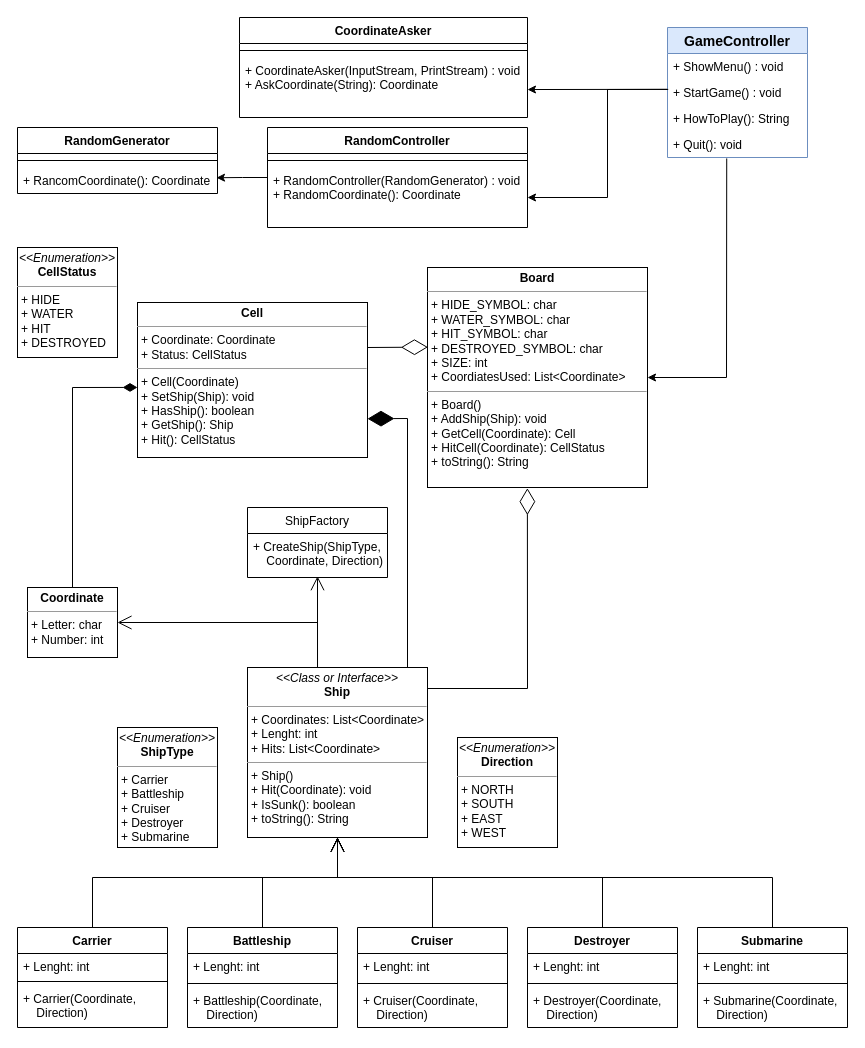
CesarSnake/Battleship keeps this draw.io diagram as UML.drawio. Above is the earlier version. Source tidied: cells renumbered, new cells numbered last; positions are measured from the earlier drawing's top-left corner, leaving out a move shared by most shapes. Both pictures are drawn from the tidied source at 100%, with x=0, y=0 at pixel (17, 17).
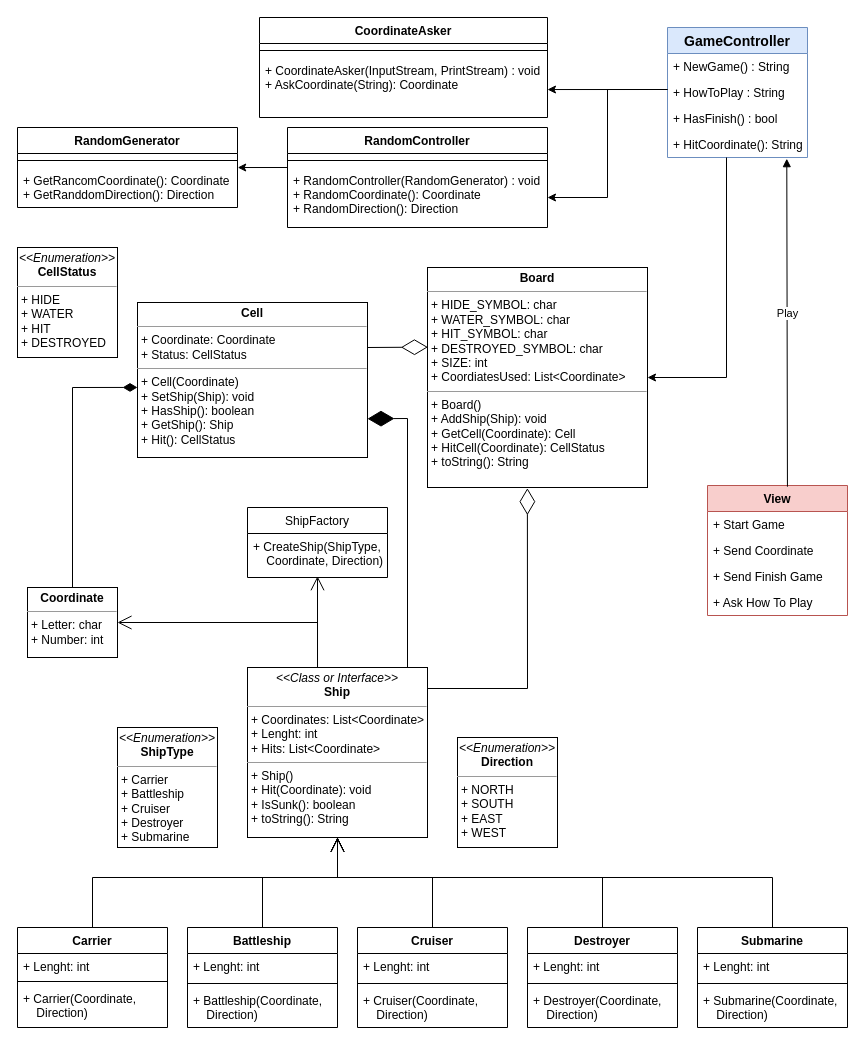
After the change.

The change refers to these unchanged cells:
```xml
<mxCell id="25" value="&lt;p style=&quot;margin: 0px ; margin-top: 4px ; text-align: center&quot;&gt;&lt;b&gt;Board&lt;/b&gt;&lt;/p&gt;&lt;hr size=&quot;1&quot;&gt;&lt;p style=&quot;margin: 0px 0px 0px 4px&quot;&gt;+ HIDE_SYMBOL: char&lt;/p&gt;&lt;p style=&quot;margin: 0px ; margin-left: 4px&quot;&gt;+ WATER_SYMBOL: char&lt;br&gt;&lt;/p&gt;&lt;p style=&quot;margin: 0px ; margin-left: 4px&quot;&gt;&lt;span&gt;+ HIT_SYMBOL: char&lt;/span&gt;&lt;br&gt;&lt;/p&gt;&lt;p style=&quot;margin: 0px ; margin-left: 4px&quot;&gt;+ DESTROYED_SYMBOL: char&lt;br&gt;+ SIZE: int&lt;br&gt;+ CoordiatesUsed: List&amp;lt;Coordinate&amp;gt;&lt;/p&gt;&lt;hr size=&quot;1&quot;&gt;&lt;p style=&quot;margin: 0px ; margin-left: 4px&quot;&gt;+ Board()&lt;/p&gt;&lt;p style=&quot;margin: 0px ; margin-left: 4px&quot;&gt;+ AddShip(Ship): void&lt;/p&gt;&lt;p style=&quot;margin: 0px ; margin-left: 4px&quot;&gt;+ GetCell(Coordinate): Cell&lt;br&gt;&lt;/p&gt;&lt;p style=&quot;margin: 0px ; margin-left: 4px&quot;&gt;+ HitCell(Coordinate): CellStatus&lt;/p&gt;&lt;p style=&quot;margin: 0px ; margin-left: 4px&quot;&gt;+ toString(): String&lt;/p&gt;&lt;p style=&quot;margin: 0px ; margin-left: 4px&quot;&gt;&lt;br&gt;&lt;/p&gt;" style="verticalAlign=top;align=left;overflow=fill;fontSize=12;fontFamily=Helvetica;html=1;" parent="1" vertex="1">
  <mxGeometry x="410" y="250" width="220" height="220" as="geometry" />
</mxCell>
<mxCell id="49" value="GameController" style="swimlane;fontStyle=1;horizontal=1;startSize=26;fillColor=#dae8fc;strokeColor=#6c8ebf;fontSize=14;" parent="1" vertex="1">
  <mxGeometry x="650" y="10" width="140" height="130" as="geometry" />
</mxCell>
<mxCell id="56" value="+ CoordinateAsker(InputStream, PrintStream) : void&#10;+ AskCoordinate(String): Coordinate&#10;" style="text;strokeColor=none;fillColor=none;align=left;verticalAlign=top;spacingLeft=4;spacingRight=4;overflow=hidden;points=[[0,0.5],[1,0.5]];portConstraint=eastwest;" parent="54" vertex="1">
  <mxGeometry y="40" width="288" height="60" as="geometry" />
</mxCell>
```

The edit, as a diff of the source:
```diff
@@
-    <mxCell id="42" style="edgeStyle=orthogonalEdgeStyle;rounded=0;jettySize=auto;html=1;entryX=0.995;entryY=0.394;entryDx=0;entryDy=0;entryPerimeter=0;" parent="1" edge="1" source="43" target="48">
-      <mxGeometry relative="1" as="geometry" />
+    <mxCell id="42" style="edgeStyle=orthogonalEdgeStyle;rounded=0;jettySize=auto;html=1;exitX=-0.001;exitY=-0.012;exitDx=0;exitDy=0;exitPerimeter=0;entryX=1.001;entryY=0.001;entryDx=0;entryDy=0;entryPerimeter=0;" parent="1" edge="1" source="45" target="48">
+      <mxGeometry relative="1" as="geometry">
+        <Array as="points">
+          <mxPoint x="220" y="150" />
+        </Array>
+      </mxGeometry>
     </mxCell>
     <mxCell id="43" value="RandomController" style="swimlane;fontStyle=1;align=center;verticalAlign=top;horizontal=1;startSize=26;" parent="1" vertex="1">
-      <mxGeometry x="250" y="110" width="260" height="100" as="geometry" />
+      <mxGeometry x="270" y="110" width="260" height="100" as="geometry" />
     </mxCell>
@@
-    <mxCell id="45" value="+ RandomController(RandomGenerator) : void&#10;+ RandomCoordinate(): Coordinate&#10;" style="text;strokeColor=none;fillColor=none;align=left;verticalAlign=top;spacingLeft=4;spacingRight=4;overflow=hidden;points=[[0,0.5],[1,0.5]];portConstraint=eastwest;" parent="43" vertex="1">
+    <mxCell id="45" value="+ RandomController(RandomGenerator) : void&#10;+ RandomCoordinate(): Coordinate&#10;+ RandomDirection(): Direction&#10;" style="text;strokeColor=none;fillColor=none;align=left;verticalAlign=top;spacingLeft=4;spacingRight=4;overflow=hidden;points=[[0,0.5],[1,0.5]];portConstraint=eastwest;" parent="43" vertex="1">
       <mxGeometry y="40" width="260" height="60" as="geometry" />
     </mxCell>
     <mxCell id="46" value="RandomGenerator" style="swimlane;fontStyle=1;align=center;verticalAlign=top;horizontal=1;startSize=26;" parent="1" vertex="1">
-      <mxGeometry y="110" width="200" height="66" as="geometry" />
+      <mxGeometry y="110" width="220" height="80" as="geometry" />
     </mxCell>
     <mxCell id="47" style="line;strokeWidth=1;fillColor=none;align=left;verticalAlign=middle;spacingTop=-1;spacingLeft=3;spacingRight=3;labelPosition=right;" parent="46" vertex="1">
-      <mxGeometry y="26" width="200" height="14" as="geometry" />
+      <mxGeometry y="26" width="220" height="14" as="geometry" />
     </mxCell>
-    <mxCell id="48" value="+ RancomCoordinate(): Coordinate" style="text;strokeColor=none;fillColor=none;align=left;verticalAlign=top;spacingLeft=4;spacingRight=4;overflow=hidden;points=[[0,0.5],[1,0.5]];portConstraint=eastwest;" parent="46" vertex="1">
-      <mxGeometry y="40" width="200" height="26" as="geometry" />
+    <mxCell id="48" value="+ GetRancomCoordinate(): Coordinate&#10;+ GetRanddomDirection(): Direction" style="text;strokeColor=none;fillColor=none;align=left;verticalAlign=top;spacingLeft=4;spacingRight=4;overflow=hidden;points=[[0,0.5],[1,0.5]];portConstraint=eastwest;" parent="46" vertex="1">
+      <mxGeometry y="40" width="220" height="40" as="geometry" />
     </mxCell>
@@
+    <mxCell id="60" value="+ NewGame() : String&#10;" style="text;strokeColor=none;fillColor=none;align=left;verticalAlign=top;spacingLeft=4;spacingRight=4;overflow=hidden;" parent="49" vertex="1">
+      <mxGeometry y="26" width="140" height="26" as="geometry" />
+    </mxCell>
-    <mxCell id="50" value="+ ShowMenu() : void" style="text;strokeColor=none;fillColor=none;align=left;verticalAlign=top;spacingLeft=4;spacingRight=4;overflow=hidden;" parent="49" vertex="1">
-      <mxGeometry y="26" width="140" height="26" as="geometry" />
+    <mxCell id="50" value="+ HowToPlay : String" style="text;strokeColor=none;fillColor=none;align=left;verticalAlign=top;spacingLeft=4;spacingRight=4;overflow=hidden;" parent="49" vertex="1">
+      <mxGeometry y="52" width="140" height="26" as="geometry" />
     </mxCell>
-    <mxCell id="51" value="+ StartGame() : void" style="text;strokeColor=none;fillColor=none;align=left;verticalAlign=top;spacingLeft=4;spacingRight=4;overflow=hidden;points=[[0,0.5],[1,0.5]];portConstraint=eastwest;" parent="49" vertex="1">
-      <mxGeometry y="52" width="140" height="26" as="geometry" />
+    <mxCell id="51" value="+ HasFinish() : bool" style="text;strokeColor=none;fillColor=none;align=left;verticalAlign=top;spacingLeft=4;spacingRight=4;overflow=hidden;points=[[0,0.5],[1,0.5]];portConstraint=eastwest;" parent="49" vertex="1">
+      <mxGeometry y="78" width="140" height="26" as="geometry" />
     </mxCell>
-    <mxCell id="52" value="+ HowToPlay(): String" style="text;strokeColor=none;fillColor=none;align=left;verticalAlign=top;spacingLeft=4;spacingRight=4;overflow=hidden;points=[[0,0.5],[1,0.5]];portConstraint=eastwest;" parent="49" vertex="1">
-      <mxGeometry y="78" width="140" height="26" as="geometry" />
+    <mxCell id="52" value="+ HitCoordinate(): String" style="text;strokeColor=none;fillColor=none;align=left;verticalAlign=top;spacingLeft=4;spacingRight=4;overflow=hidden;points=[[0,0.5],[1,0.5]];portConstraint=eastwest;" parent="49" vertex="1">
+      <mxGeometry y="104" width="140" height="26" as="geometry" />
     </mxCell>
-    <mxCell id="53" value="+ Quit(): void" style="text;strokeColor=none;fillColor=none;align=left;verticalAlign=top;spacingLeft=4;spacingRight=4;overflow=hidden;points=[[0,0.5],[1,0.5]];portConstraint=eastwest;" parent="49" vertex="1">
-      <mxGeometry y="104" width="140" height="26" as="geometry" />
-    </mxCell>
     <mxCell id="54" value="CoordinateAsker" style="swimlane;fontStyle=1;align=center;verticalAlign=top;horizontal=1;startSize=26;" parent="1" vertex="1">
-      <mxGeometry x="222" width="288" height="100" as="geometry" />
+      <mxGeometry x="242" width="288" height="100" as="geometry" />
     </mxCell>
@@
-    <mxCell id="57" style="endArrow=classic;html=1;rounded=0;entryX=1;entryY=0.5;entryDx=0;entryDy=0;exitX=0.005;exitY=0.381;exitDx=0;exitDy=0;exitPerimeter=0;" parent="1" edge="1" source="51" target="45">
+    <mxCell id="57" style="endArrow=classic;html=1;rounded=0;entryX=1;entryY=0.5;entryDx=0;entryDy=0;" parent="1" edge="1" target="45">
       <mxGeometry relative="1" as="geometry">
+        <mxPoint x="650" y="72" as="sourcePoint" />
         <Array as="points">
           <mxPoint x="590" y="72" />
           <mxPoint x="590" y="180" />
         </Array>
       </mxGeometry>
     </mxCell>
-    <mxCell id="58" style="endArrow=classic;html=1;rounded=0;entryX=1;entryY=0.5;entryDx=0;entryDy=0;exitX=0.423;exitY=1.036;exitDx=0;exitDy=0;exitPerimeter=0;" parent="1" edge="1" source="53" target="25">
+    <mxCell id="58" style="endArrow=classic;html=1;rounded=0;entryX=1;entryY=0.5;entryDx=0;entryDy=0;" parent="1" edge="1" target="25">
       <mxGeometry relative="1" as="geometry">
+        <mxPoint x="709" y="140" as="sourcePoint" />
         <Array as="points">
           <mxPoint x="709" y="360" />
         </Array>
       </mxGeometry>
     </mxCell>
-    <mxCell id="59" style="endArrow=classic;html=1;rounded=0;exitX=-0.001;exitY=0.378;exitDx=0;exitDy=0;exitPerimeter=0;entryX=1;entryY=0.534;entryDx=0;entryDy=0;entryPerimeter=0;" parent="1" edge="1" source="51" target="56">
-      <mxGeometry relative="1" as="geometry" />
+    <mxCell id="59" style="endArrow=classic;html=1;rounded=0;entryX=1;entryY=0.534;entryDx=0;entryDy=0;entryPerimeter=0;" parent="1" edge="1" target="56">
+      <mxGeometry relative="1" as="geometry">
+        <mxPoint x="650" y="72" as="sourcePoint" />
+      </mxGeometry>
     </mxCell>
+    <mxCell id="61" value="View" style="swimlane;fontStyle=1;horizontal=1;startSize=26;fillColor=#f8cecc;strokeColor=#b85450;" parent="1" vertex="1">
+      <mxGeometry x="690" y="468" width="140" height="130" as="geometry" />
+    </mxCell>
+    <mxCell id="62" value="+ Start Game" style="text;strokeColor=none;fillColor=none;align=left;verticalAlign=top;spacingLeft=4;spacingRight=4;overflow=hidden;" parent="61" vertex="1">
+      <mxGeometry y="26" width="140" height="26" as="geometry" />
+    </mxCell>
+    <mxCell id="63" value="+ Send Coordinate" style="text;strokeColor=none;fillColor=none;align=left;verticalAlign=top;spacingLeft=4;spacingRight=4;overflow=hidden;" parent="61" vertex="1">
+      <mxGeometry y="52" width="140" height="26" as="geometry" />
+    </mxCell>
+    <mxCell id="64" value="+ Send Finish Game" style="text;strokeColor=none;fillColor=none;align=left;verticalAlign=top;spacingLeft=4;spacingRight=4;overflow=hidden;" parent="61" vertex="1">
+      <mxGeometry y="78" width="140" height="26" as="geometry" />
+    </mxCell>
+    <mxCell id="65" value="+ Ask How To Play" style="text;strokeColor=none;fillColor=none;align=left;verticalAlign=top;spacingLeft=4;spacingRight=4;overflow=hidden;" parent="61" vertex="1">
+      <mxGeometry y="104" width="140" height="26" as="geometry" />
+    </mxCell>
+    <mxCell id="66" value="Play" style="html=1;verticalAlign=bottom;endArrow=block;rounded=0;entryX=0.852;entryY=1.045;entryDx=0;entryDy=0;entryPerimeter=0;exitX=0.571;exitY=0.009;exitDx=0;exitDy=0;exitPerimeter=0;" parent="1" edge="1" source="61" target="52">
+      <mxGeometry relative="1" as="geometry" />
+    </mxCell>
```
